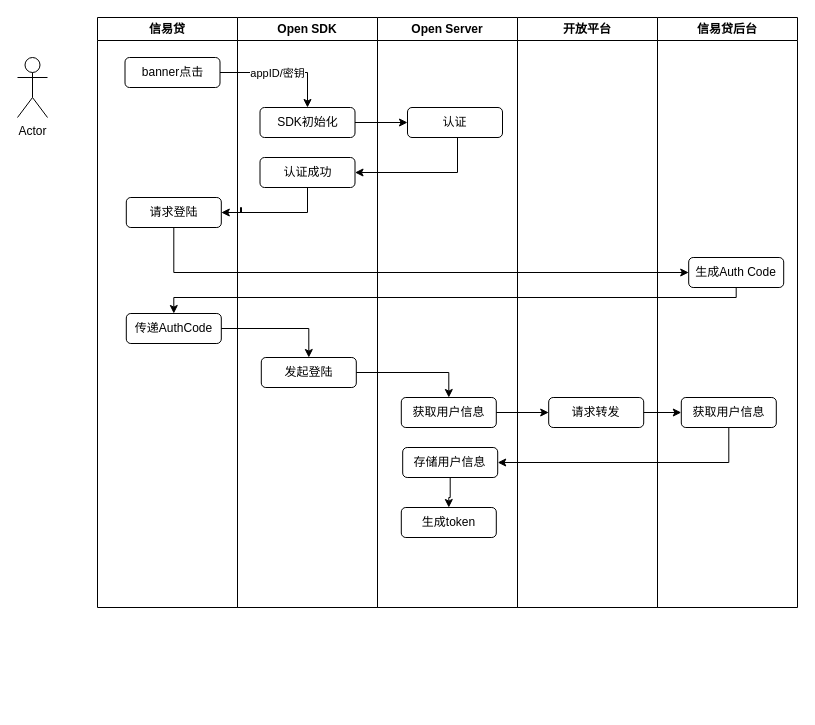
The draw.io diagram doc/未命名绘图.drawio in shushanfx/nfile, before the edit. Source tidied: cells renumbered, new cells numbered last; positions are measured from the earlier drawing's top-left corner, leaving out a move shared by most shapes. Both pictures are drawn from the tidied source at 100%, with x=0, y=0 at pixel (17, 17).
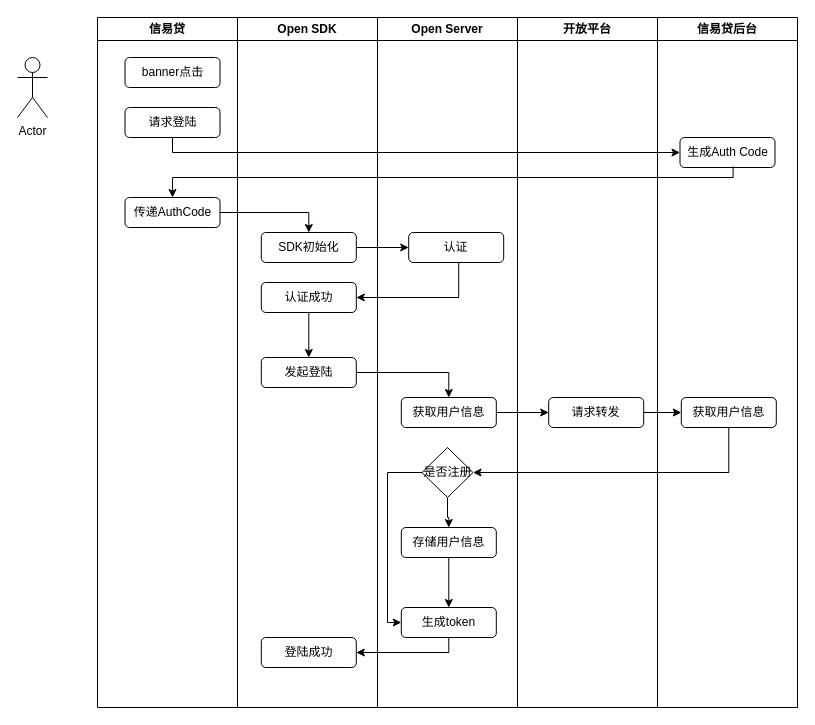
After the change.

Commit message:
更新未命名绘图.drawio

Unchanged cells that the change refers to:
```xml
<mxCell id="3" value="banner点击" style="rounded=1;whiteSpace=wrap;html=1;" parent="2" vertex="1">
  <mxGeometry x="27.5" y="40" width="95" height="30" as="geometry" />
</mxCell>
<mxCell id="7" value="发起登陆" style="rounded=1;whiteSpace=wrap;html=1;" parent="6" vertex="1">
  <mxGeometry x="23.8" y="340" width="95" height="30" as="geometry" />
</mxCell>
<mxCell id="20" value="获取用户信息" style="rounded=1;whiteSpace=wrap;html=1;" parent="18" vertex="1">
  <mxGeometry x="23.8" y="380" width="95" height="30" as="geometry" />
</mxCell>
```

Change to the diagram source:
```diff
@@
     <mxCell id="2" value="信易贷" style="swimlane;whiteSpace=wrap;html=1;" parent="1" vertex="1">
-      <mxGeometry x="80" width="140" height="590" as="geometry" />
+      <mxGeometry x="80" width="140" height="690" as="geometry" />
     </mxCell>
@@
     <mxCell id="4" value="传递AuthCode" style="rounded=1;whiteSpace=wrap;html=1;" parent="2" vertex="1">
-      <mxGeometry x="28.8" y="296" width="95" height="30" as="geometry" />
+      <mxGeometry x="27.5" y="180" width="95" height="30" as="geometry" />
     </mxCell>
     <mxCell id="5" value="请求登陆" style="rounded=1;whiteSpace=wrap;html=1;" parent="2" vertex="1">
-      <mxGeometry x="28.8" y="180" width="95" height="30" as="geometry" />
+      <mxGeometry x="27.5" y="90" width="95" height="30" as="geometry" />
     </mxCell>
     <mxCell id="6" value="Open SDK" style="swimlane;whiteSpace=wrap;html=1;" parent="1" vertex="1">
-      <mxGeometry x="220" width="140" height="590" as="geometry" />
+      <mxGeometry x="220" width="140" height="690" as="geometry" />
     </mxCell>
@@
     <mxCell id="8" value="SDK初始化" style="rounded=1;whiteSpace=wrap;html=1;" parent="6" vertex="1">
-      <mxGeometry x="22.5" y="90" width="95" height="30" as="geometry" />
+      <mxGeometry x="23.8" y="215" width="95" height="30" as="geometry" />
     </mxCell>
+    <mxCell id="34" style="edgeStyle=orthogonalEdgeStyle;rounded=0;jettySize=auto;html=1;entryX=0.5;entryY=0;entryDx=0;entryDy=0;" parent="6" edge="1" source="9" target="7">
+      <mxGeometry relative="1" as="geometry" />
+    </mxCell>
     <mxCell id="9" value="认证成功" style="rounded=1;whiteSpace=wrap;html=1;" parent="6" vertex="1">
-      <mxGeometry x="22.5" y="140" width="95" height="30" as="geometry" />
+      <mxGeometry x="23.8" y="265" width="95" height="30" as="geometry" />
     </mxCell>
+    <mxCell id="35" value="登陆成功" style="rounded=1;whiteSpace=wrap;html=1;" parent="6" vertex="1">
+      <mxGeometry x="23.8" y="620" width="95" height="30" as="geometry" />
+    </mxCell>
     <mxCell id="10" value="Open Server" style="swimlane;whiteSpace=wrap;html=1;" parent="1" vertex="1">
-      <mxGeometry x="360" width="140" height="590" as="geometry" />
+      <mxGeometry x="360" width="140" height="690" as="geometry" />
     </mxCell>
@@
+    <mxCell id="14" value="生成token" style="rounded=1;whiteSpace=wrap;html=1;" parent="10" vertex="1">
+      <mxGeometry x="23.8" y="590" width="95" height="30" as="geometry" />
+    </mxCell>
+    <mxCell id="15" value="认证" style="rounded=1;whiteSpace=wrap;html=1;" parent="10" vertex="1">
+      <mxGeometry x="31.2" y="215" width="95" height="30" as="geometry" />
+    </mxCell>
+    <mxCell id="36" style="edgeStyle=orthogonalEdgeStyle;rounded=0;jettySize=auto;html=1;entryX=0.5;entryY=0;entryDx=0;entryDy=0;" parent="10" edge="1" source="38" target="13">
+      <mxGeometry relative="1" as="geometry" />
+    </mxCell>
+    <mxCell id="37" style="edgeStyle=orthogonalEdgeStyle;rounded=0;jettySize=auto;html=1;entryX=0;entryY=0.5;entryDx=0;entryDy=0;" parent="10" edge="1" source="38" target="14">
+      <mxGeometry relative="1" as="geometry">
+        <Array as="points">
+          <mxPoint x="10" y="455" />
+          <mxPoint x="10" y="605" />
+        </Array>
+      </mxGeometry>
+    </mxCell>
+    <mxCell id="38" value="是否注册" style="rhombus;whiteSpace=wrap;html=1;" parent="10" vertex="1">
+      <mxGeometry x="44.5" y="430" width="51" height="50" as="geometry" />
+    </mxCell>
-    <mxCell id="12" style="edgeStyle=orthogonalEdgeStyle;rounded=0;jettySize=auto;html=1;entryX=0.5;entryY=0;entryDx=0;entryDy=0;" parent="10" edge="1" source="13" target="14">
+    <mxCell id="12" style="edgeStyle=orthogonalEdgeStyle;rounded=0;jettySize=auto;html=1;" parent="10" edge="1" source="13" target="14">
       <mxGeometry relative="1" as="geometry" />
     </mxCell>
     <mxCell id="13" value="存储用户信息" style="rounded=1;whiteSpace=wrap;html=1;" parent="10" vertex="1">
-      <mxGeometry x="25.2" y="430" width="95" height="30" as="geometry" />
+      <mxGeometry x="23.8" y="510" width="95" height="30" as="geometry" />
     </mxCell>
-    <mxCell id="14" value="生成token" style="rounded=1;whiteSpace=wrap;html=1;" parent="10" vertex="1">
-      <mxGeometry x="23.8" y="490" width="95" height="30" as="geometry" />
-    </mxCell>
-    <mxCell id="15" value="认证" style="rounded=1;whiteSpace=wrap;html=1;" parent="10" vertex="1">
-      <mxGeometry x="30" y="90" width="95" height="30" as="geometry" />
-    </mxCell>
     <mxCell id="16" value="开放平台" style="swimlane;whiteSpace=wrap;html=1;" parent="1" vertex="1">
-      <mxGeometry x="500" width="140" height="590" as="geometry" />
+      <mxGeometry x="500" width="140" height="690" as="geometry" />
     </mxCell>
@@
     <mxCell id="18" value="信易贷后台" style="swimlane;whiteSpace=wrap;html=1;" parent="1" vertex="1">
-      <mxGeometry x="640" width="140" height="590" as="geometry" />
+      <mxGeometry x="640" width="140" height="690" as="geometry" />
     </mxCell>
     <mxCell id="19" value="生成Auth Code" style="rounded=1;whiteSpace=wrap;html=1;" parent="18" vertex="1">
-      <mxGeometry x="31.2" y="240" width="95" height="30" as="geometry" />
+      <mxGeometry x="22.5" y="120" width="95" height="30" as="geometry" />
     </mxCell>
@@
-    <mxCell id="22" style="edgeStyle=orthogonalEdgeStyle;rounded=0;jettySize=auto;html=1;entryX=0;entryY=0.5;entryDx=0;entryDy=0;exitX=0.5;exitY=1;exitDx=0;exitDy=0;" parent="1" edge="1" source="5" target="19">
-      <mxGeometry relative="1" as="geometry">
-        <Array as="points">
-          <mxPoint x="156" y="255" />
-        </Array>
-      </mxGeometry>
-    </mxCell>
-    <mxCell id="23" style="edgeStyle=orthogonalEdgeStyle;rounded=0;jettySize=auto;html=1;entryX=0.5;entryY=0;entryDx=0;entryDy=0;" parent="1" edge="1" source="19" target="4">
-      <mxGeometry relative="1" as="geometry">
-        <Array as="points">
-          <mxPoint x="719.2" y="280" />
-          <mxPoint x="156.2" y="280" />
-        </Array>
-      </mxGeometry>
-    </mxCell>
-    <mxCell id="24" style="edgeStyle=orthogonalEdgeStyle;rounded=0;jettySize=auto;html=1;entryX=0.5;entryY=0;entryDx=0;entryDy=0;" parent="1" edge="1" source="4" target="7">
-      <mxGeometry relative="1" as="geometry" />
-    </mxCell>
@@
-    <mxCell id="28" style="edgeStyle=orthogonalEdgeStyle;rounded=0;jettySize=auto;html=1;entryX=1;entryY=0.5;entryDx=0;entryDy=0;" parent="1" edge="1" source="20" target="13">
+    <mxCell id="28" style="edgeStyle=orthogonalEdgeStyle;rounded=0;jettySize=auto;html=1;entryX=1;entryY=0.5;entryDx=0;entryDy=0;" parent="1" edge="1" source="20" target="38">
       <mxGeometry relative="1" as="geometry">
         <Array as="points">
-          <mxPoint x="711.2" y="445" />
+          <mxPoint x="711" y="455" />
         </Array>
       </mxGeometry>
     </mxCell>
-    <mxCell id="29" style="edgeStyle=orthogonalEdgeStyle;rounded=0;jettySize=auto;html=1;entryX=0.5;entryY=0;entryDx=0;entryDy=0;" parent="1" edge="1" source="3" target="8">
-      <mxGeometry relative="1" as="geometry" />
-    </mxCell>
-    <mxCell id="30" value="appID/密钥" style="edgeLabel;html=1;align=center;verticalAlign=middle;" parent="29" vertex="1">
-      <mxGeometry x="-0.09" relative="1" as="geometry">
-        <mxPoint x="1" as="offset" />
-      </mxGeometry>
-    </mxCell>
@@
     <mxCell id="32" style="edgeStyle=orthogonalEdgeStyle;rounded=0;jettySize=auto;html=1;entryX=1;entryY=0.5;entryDx=0;entryDy=0;" parent="1" edge="1" source="15" target="9">
       <mxGeometry relative="1" as="geometry">
         <Array as="points">
-          <mxPoint x="440" y="155" />
+          <mxPoint x="441.2" y="280" />
         </Array>
       </mxGeometry>
     </mxCell>
-    <mxCell id="33" style="edgeStyle=orthogonalEdgeStyle;rounded=0;jettySize=auto;html=1;entryX=1;entryY=0.5;entryDx=0;entryDy=0;" parent="1" edge="1" source="9" target="5">
-      <mxGeometry relative="1" as="geometry">
-        <Array as="points">
-          <mxPoint x="290" y="195" />
-          <mxPoint x="223" y="195" />
-          <mxPoint x="223" y="190" />
-          <mxPoint x="224" y="190" />
-          <mxPoint x="224" y="195" />
-        </Array>
-      </mxGeometry>
-    </mxCell>
+    <mxCell id="39" style="edgeStyle=orthogonalEdgeStyle;rounded=0;jettySize=auto;html=1;entryX=1;entryY=0.5;entryDx=0;entryDy=0;" parent="1" edge="1" source="14" target="35">
+      <mxGeometry relative="1" as="geometry">
+        <Array as="points">
+          <mxPoint x="432.2" y="605" />
+        </Array>
+      </mxGeometry>
+    </mxCell>
+    <mxCell id="22" style="edgeStyle=orthogonalEdgeStyle;rounded=0;jettySize=auto;html=1;exitX=0.5;exitY=1;exitDx=0;exitDy=0;entryX=0;entryY=0.5;entryDx=0;entryDy=0;" parent="1" edge="1" source="5" target="19">
+      <mxGeometry relative="1" as="geometry">
+        <Array as="points">
+          <mxPoint x="155" y="135" />
+        </Array>
+      </mxGeometry>
+    </mxCell>
+    <mxCell id="23" style="edgeStyle=orthogonalEdgeStyle;rounded=0;jettySize=auto;html=1;entryX=0.5;entryY=0;entryDx=0;entryDy=0;exitX=0.559;exitY=0.961;exitDx=0;exitDy=0;exitPerimeter=0;" parent="1" edge="1" source="19" target="4">
+      <mxGeometry relative="1" as="geometry">
+        <Array as="points">
+          <mxPoint x="716" y="160" />
+          <mxPoint x="155" y="160" />
+        </Array>
+      </mxGeometry>
+    </mxCell>
+    <mxCell id="40" style="edgeStyle=orthogonalEdgeStyle;rounded=0;jettySize=auto;html=1;entryX=0.5;entryY=0;entryDx=0;entryDy=0;" parent="1" edge="1" source="4" target="8">
+      <mxGeometry relative="1" as="geometry" />
+    </mxCell>
```
